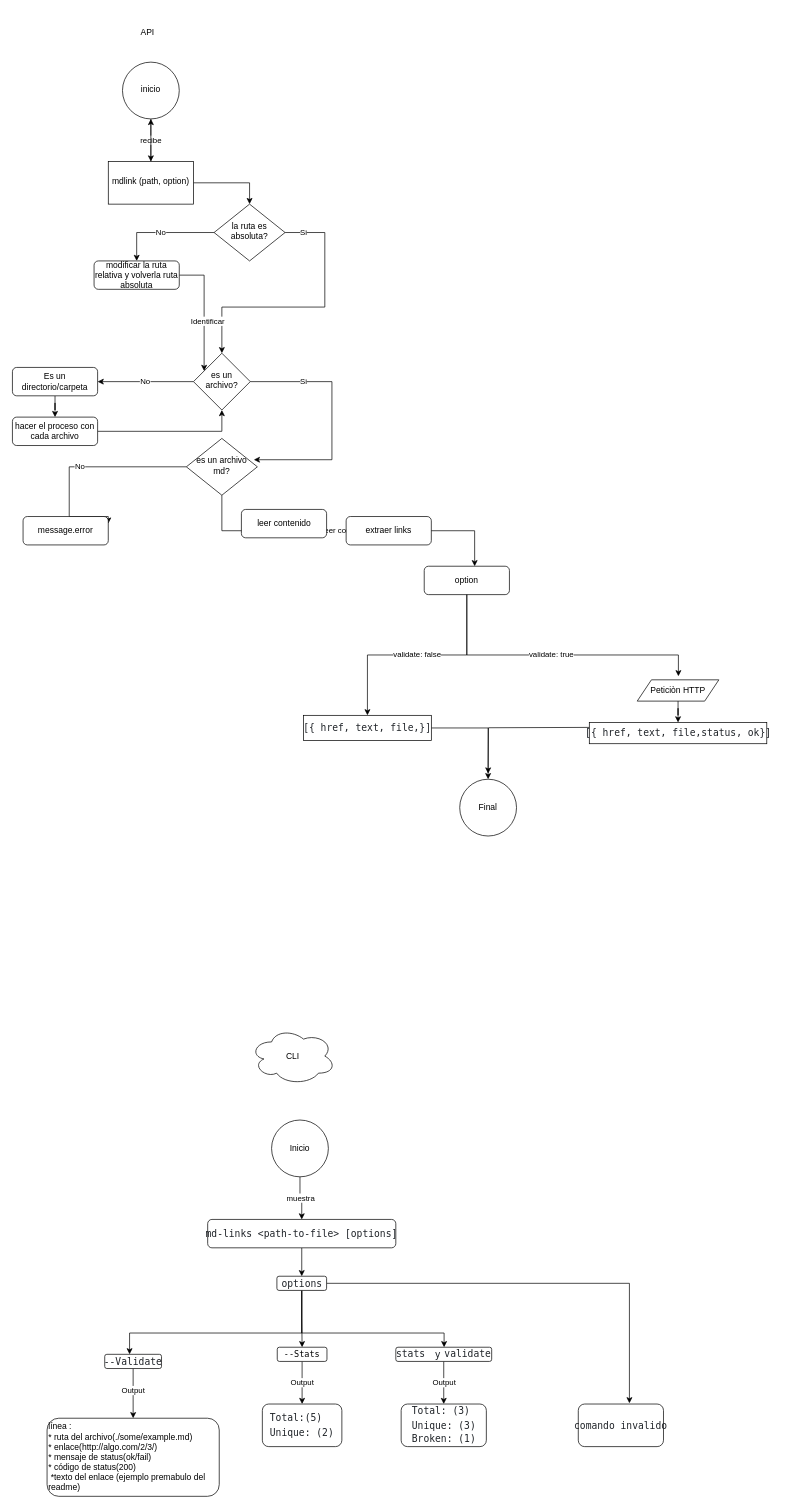
Lady9696/DEV004-md-links keeps this draw.io diagram as Diagrama sin título.drawio. Above is the earlier version. Source tidied: cells renumbered, new cells numbered last; positions are measured from the earlier drawing's top-left corner, leaving out a move shared by most shapes. Both pictures are drawn from the tidied source at 71%, with x=0, y=0 at pixel (12, 12).
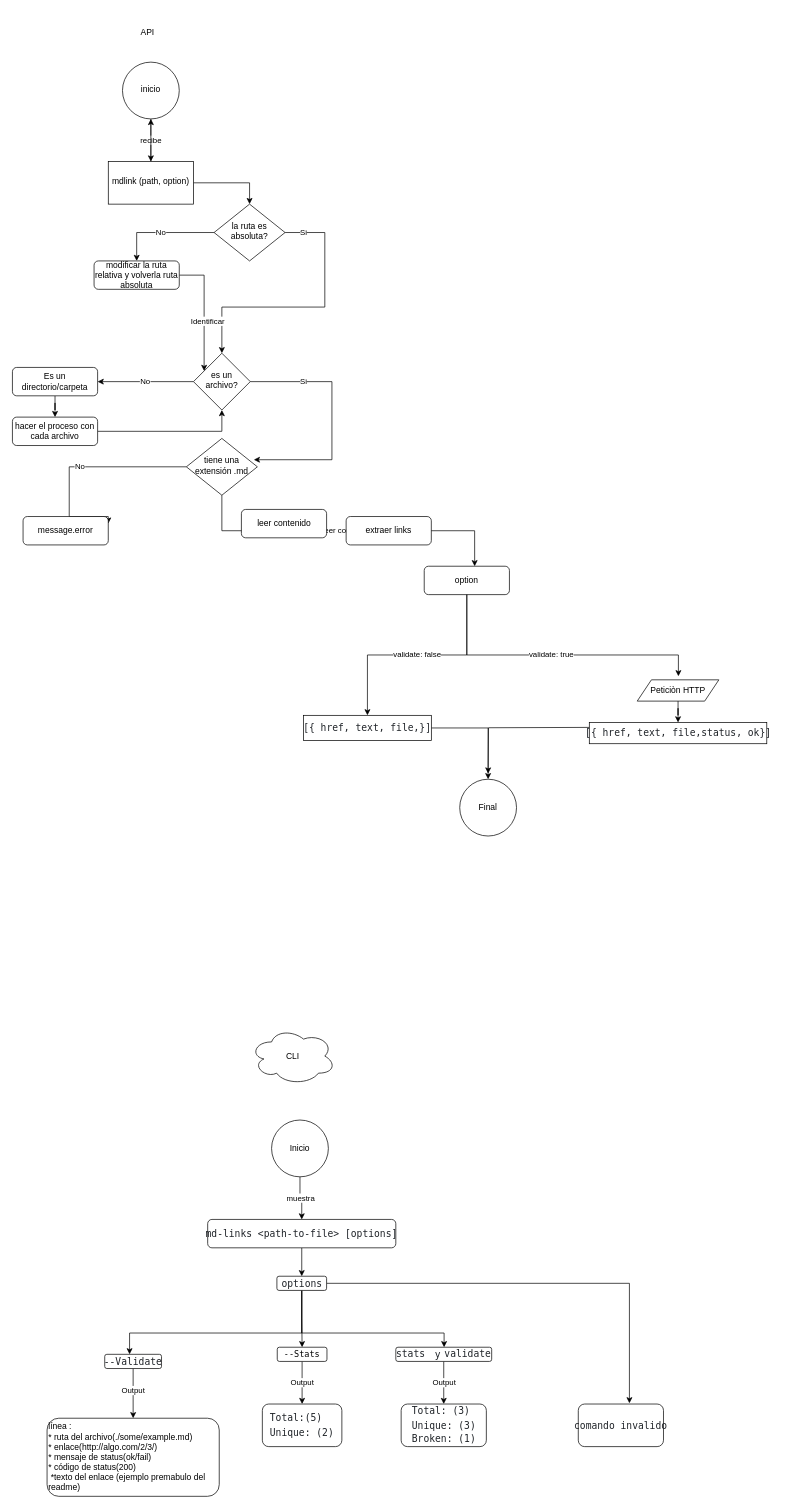
The same diagram, later.

Diff of the diagram source:
```diff
@@
-    <mxCell id="3" value="es un archivo md?" style="rhombus;whiteSpace=wrap;html=1;shadow=0;fontFamily=Helvetica;fontSize=12;align=center;strokeWidth=1;spacing=6;spacingTop=-4;" parent="1" vertex="1">
+    <mxCell id="3" value="tiene una extensión .md" style="rhombus;whiteSpace=wrap;html=1;shadow=0;fontFamily=Helvetica;fontSize=12;align=center;strokeWidth=1;spacing=6;spacingTop=-4;" parent="1" vertex="1">
       <mxGeometry x="245" y="600" width="100" height="80" as="geometry" />
     </mxCell>
```
